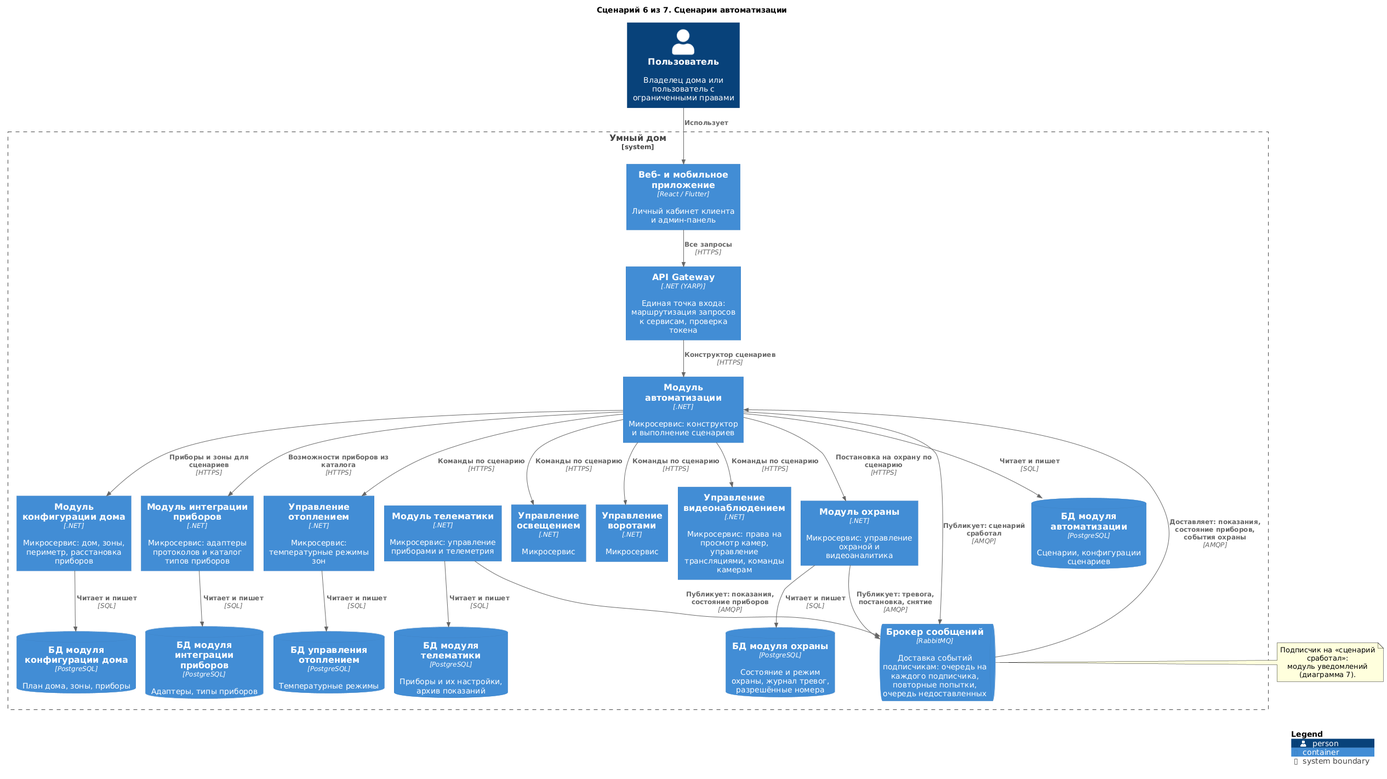
Lyamin-av/architecture-warmhouse keeps this PlantUML diagram as diagrams/containers-scenarios/06-automation.png. Above is the earlier version. Source of this version:
```plantuml
@startuml 06-automation
!include <C4/C4_Container>

title Сценарий 6 из 7. Сценарии автоматизации

Person(user, "Пользователь", "Владелец дома или пользователь с ограниченными правами")

System_Boundary(Warmhouse, "Умный дом") {
    Container(apps, "Веб- и мобильное приложение", "React / Flutter", "Личный кабинет клиента и админ-панель")
    Container(Gateway, "API Gateway", ".NET (YARP)", "Единая точка входа: маршрутизация запросов к сервисам, проверка токена")
    Container(Automation, "Модуль автоматизации", ".NET", "Микросервис: конструктор и выполнение сценариев")
    Container(HouseConfigurator, "Модуль конфигурации дома", ".NET", "Микросервис: дом, зоны, периметр, расстановка приборов")
    Container(DeviceIntegration, "Модуль интеграции приборов", ".NET", "Микросервис: адаптеры протоколов и каталог типов приборов")
    Container(Heating, "Управление отоплением", ".NET", "Микросервис: температурные режимы зон")
    Container(Lighting, "Управление освещением", ".NET", "Микросервис")
    Container(GateControl, "Управление воротами", ".NET", "Микросервис")
    Container(VideoControl, "Управление видеонаблюдением", ".NET", "Микросервис: права на просмотр камер, управление трансляциями, команды камерам")
    Container(Security, "Модуль охраны", ".NET", "Микросервис: управление охраной и видеоаналитика")
    Container(Telematics, "Модуль телематики", ".NET", "Микросервис: управление приборами и телеметрия")
    ContainerQueue(Broker, "Брокер сообщений", "RabbitMQ", "Доставка событий подписчикам: очередь на каждого подписчика, повторные попытки, очередь недоставленных")
    ContainerDb(dbHeating, "БД управления отоплением", "PostgreSQL", "Температурные режимы")
    ContainerDb(dbSecurity, "БД модуля охраны", "PostgreSQL", "Состояние и режим охраны, журнал тревог, разрешённые номера")
    ContainerDb(dbTelematics, "БД модуля телематики", "PostgreSQL", "Приборы и их настройки, архив показаний")
    ContainerDb(dbDIS, "БД модуля интеграции приборов", "PostgreSQL", "Адаптеры, типы приборов")
    ContainerDb(dbAuto, "БД модуля автоматизации", "PostgreSQL", "Сценарии, конфигурации сценариев")
    ContainerDb(dbHC, "БД модуля конфигурации дома", "PostgreSQL", "План дома, зоны, приборы")
}


Rel(user, apps, "Использует")
Rel(apps, Gateway, "Все запросы", "HTTPS")
Rel(Gateway, Automation, "Конструктор сценариев", "HTTPS")
Rel(Automation, HouseConfigurator, "Приборы и зоны для сценариев", "HTTPS")
Rel(Automation, DeviceIntegration, "Возможности приборов из каталога", "HTTPS")
Rel(Automation, Heating, "Команды по сценарию", "HTTPS")
Rel(Automation, Lighting, "Команды по сценарию", "HTTPS")
Rel(Automation, GateControl, "Команды по сценарию", "HTTPS")
Rel(Automation, VideoControl, "Команды по сценарию", "HTTPS")
Rel(Automation, Security, "Постановка на охрану по сценарию", "HTTPS")
Rel(Telematics, Broker, "Публикует: показания, состояние приборов", "AMQP")
Rel(Security, Broker, "Публикует: тревога, постановка, снятие", "AMQP")
Rel(Broker, Automation, "Доставляет: показания, состояние приборов, события охраны", "AMQP")
Rel(Automation, Broker, "Публикует: сценарий сработал", "AMQP")

note right of Broker
  Подписчик на «сценарий сработал»:
  модуль уведомлений (диаграмма 7).
end note

Rel(Heating, dbHeating, "Читает и пишет", "SQL")
Rel(Security, dbSecurity, "Читает и пишет", "SQL")
Rel(Telematics, dbTelematics, "Читает и пишет", "SQL")
Rel(DeviceIntegration, dbDIS, "Читает и пишет", "SQL")
Rel(Automation, dbAuto, "Читает и пишет", "SQL")
Rel(HouseConfigurator, dbHC, "Читает и пишет", "SQL")

SHOW_LEGEND()
@enduml
```
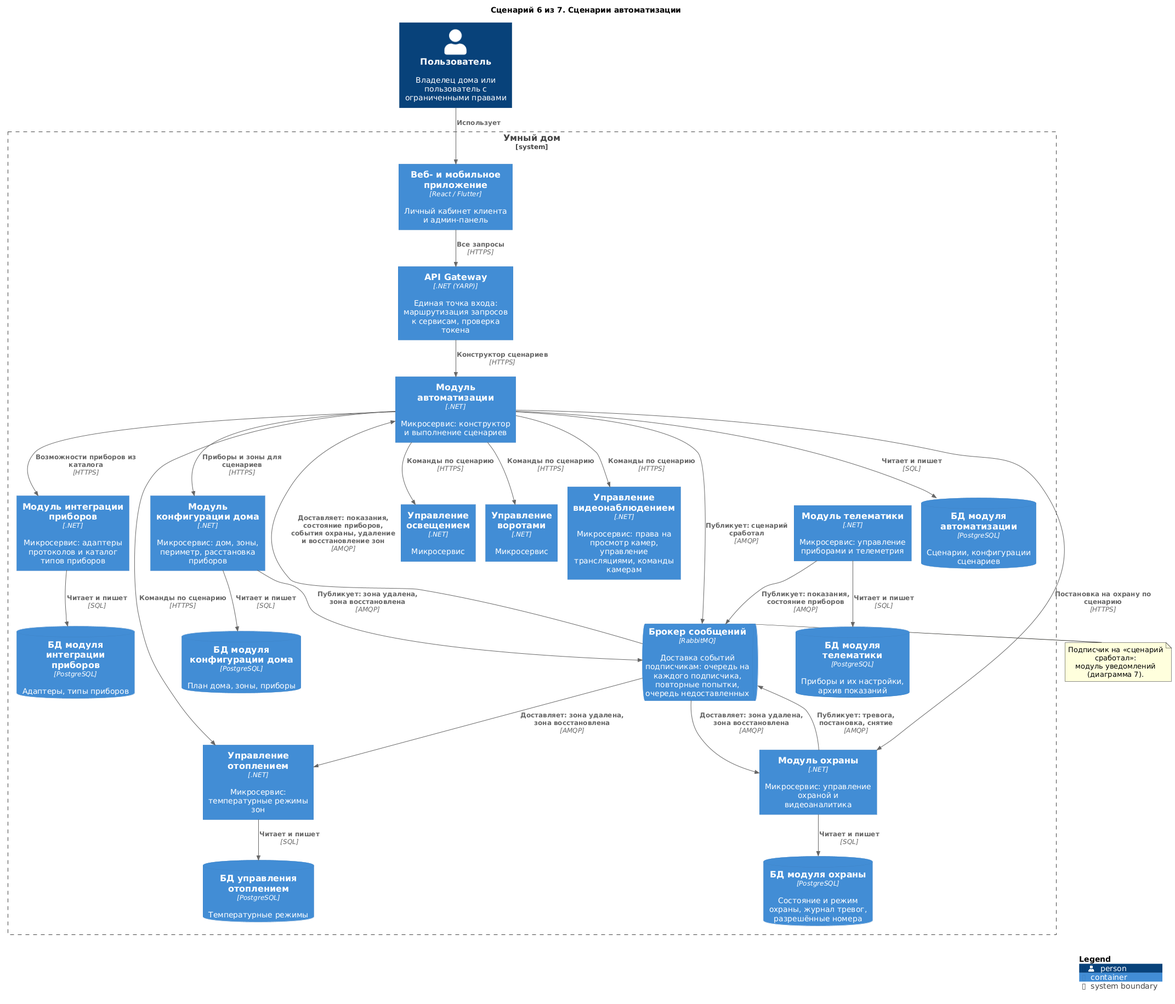
After the change.

Change to the diagram source:
```diff
@@ -39,7 +39,7 @@
 Rel(Automation, Security, "Постановка на охрану по сценарию", "HTTPS")
 Rel(Telematics, Broker, "Публикует: показания, состояние приборов", "AMQP")
 Rel(Security, Broker, "Публикует: тревога, постановка, снятие", "AMQP")
-Rel(Broker, Automation, "Доставляет: показания, состояние приборов, события охраны", "AMQP")
+Rel(Broker, Automation, "Доставляет: показания, состояние приборов, события охраны, удаление и восстановление зон", "AMQP")
 Rel(Automation, Broker, "Публикует: сценарий сработал", "AMQP")
 
 note right of Broker
@@ -53,6 +53,9 @@
 Rel(DeviceIntegration, dbDIS, "Читает и пишет", "SQL")
 Rel(Automation, dbAuto, "Читает и пишет", "SQL")
 Rel(HouseConfigurator, dbHC, "Читает и пишет", "SQL")
+Rel(HouseConfigurator, Broker, "Публикует: зона удалена, зона восстановлена", "AMQP")
+Rel(Broker, Heating, "Доставляет: зона удалена, зона восстановлена", "AMQP")
+Rel(Broker, Security, "Доставляет: зона удалена, зона восстановлена", "AMQP")
 
 SHOW_LEGEND()
 @enduml
```
